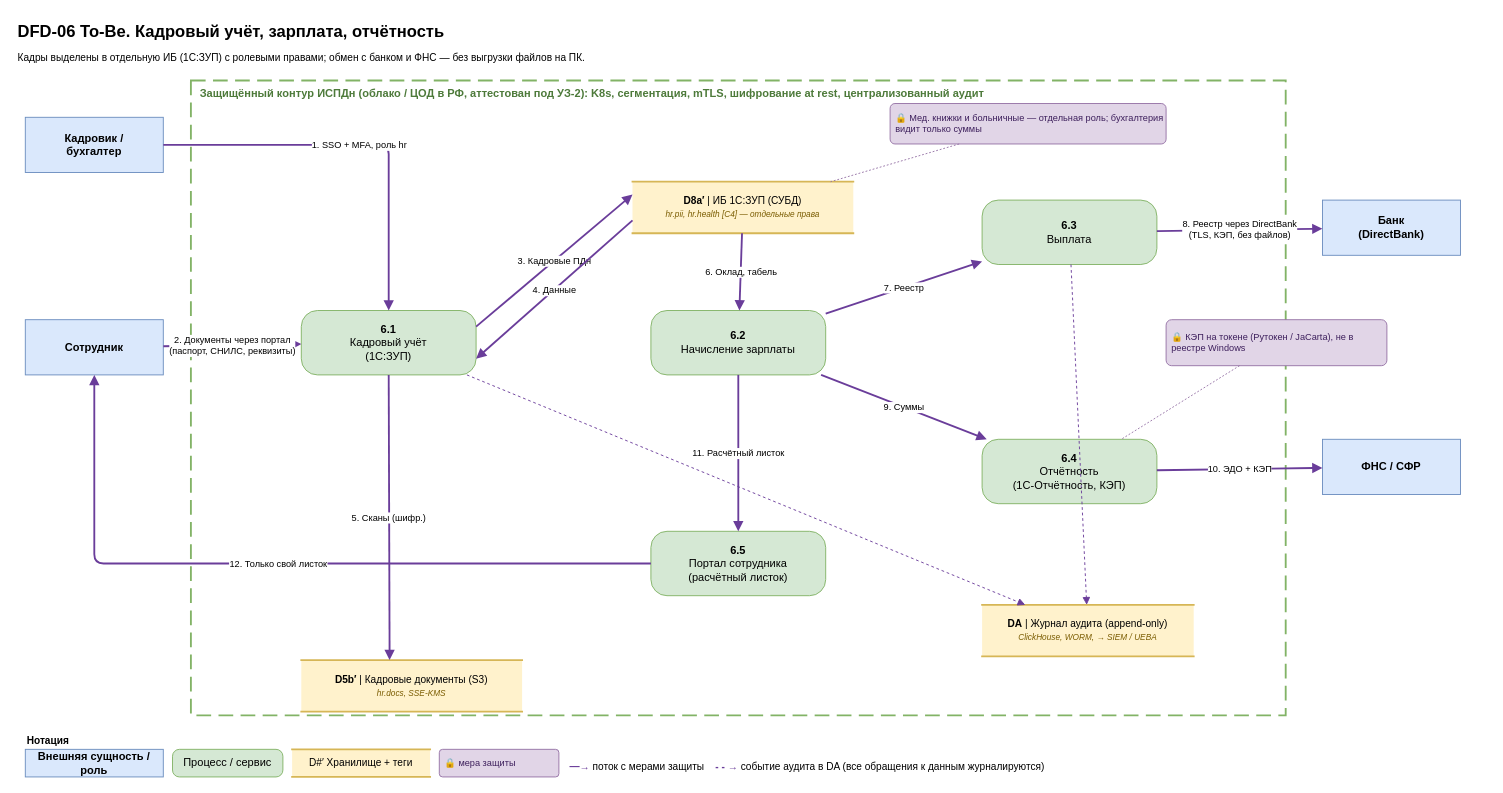
SiritosKon/architecture-medikamente keeps this draw.io diagram as Task1/dfd/DFD-06-accounting-hr.drawio. Above is the earlier version. Source tidied: cells renumbered, new cells numbered last; positions are measured from the earlier drawing's top-left corner, leaving out a move shared by most shapes. Both pictures are drawn from the tidied source at 92%, with x=0, y=0 at pixel (16, 16).
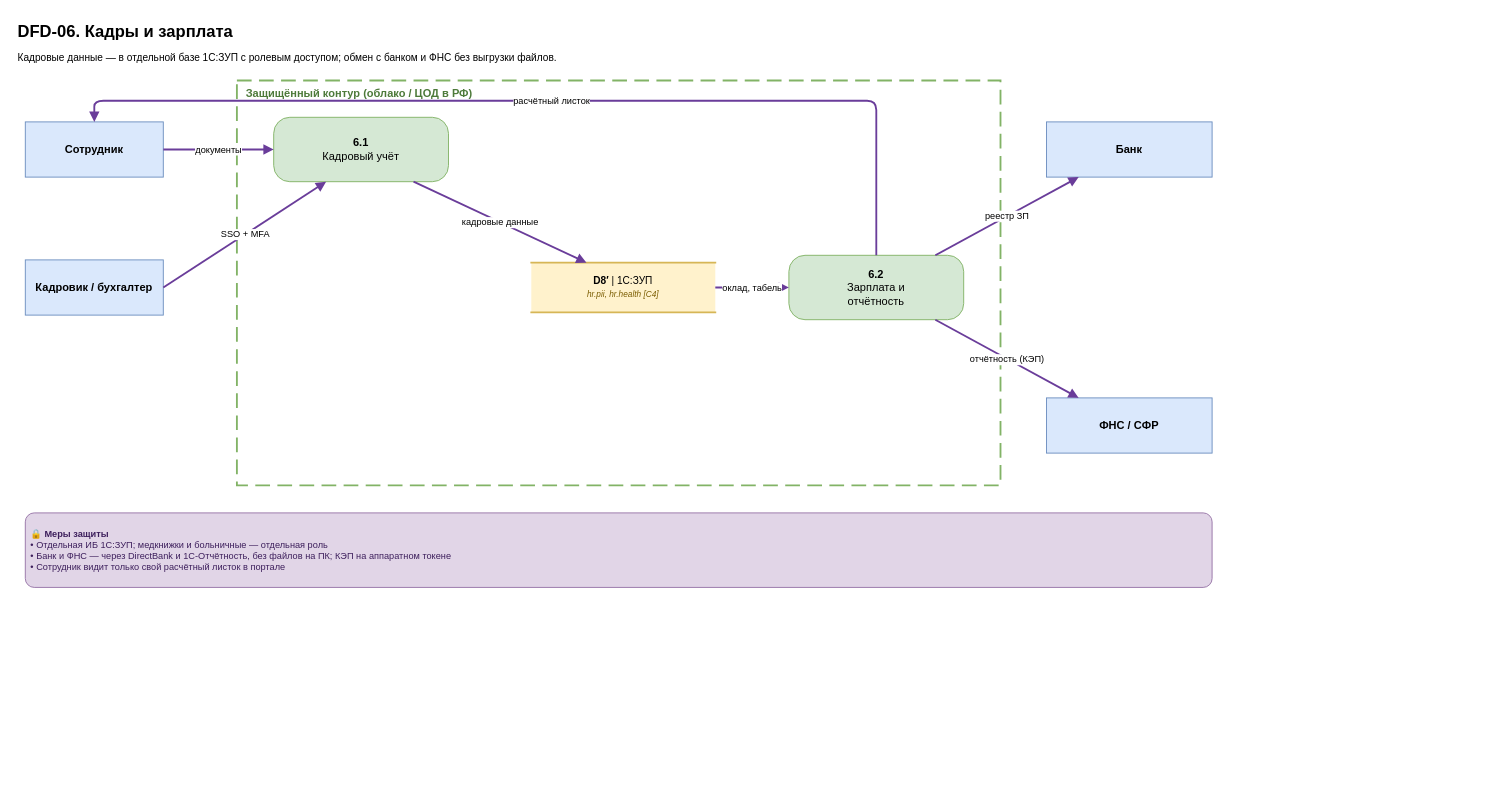
The same diagram, later.

Diff of the diagram source:
```diff
@@
-    <mxCell id="2" value="DFD-06 To-Be. Кадровый учёт, зарплата, отчётность" style="text;html=1;align=left;verticalAlign=top;fontSize=18;fontStyle=1;whiteSpace=wrap;" parent="1" vertex="1">
-      <mxGeometry width="1600" height="30" as="geometry" />
+    <mxCell id="2" value="DFD-06. Кадры и зарплата" style="text;html=1;align=left;verticalAlign=top;fontSize=18;fontStyle=1;whiteSpace=wrap;" parent="1" vertex="1">
+      <mxGeometry width="1320" height="30" as="geometry" />
     </mxCell>
-    <mxCell id="3" value="Кадры выделены в отдельную ИБ (1С:ЗУП) с ролевыми правами; обмен с банком и ФНС — без выгрузки файлов на ПК." style="text;html=1;align=left;verticalAlign=top;fontSize=11;whiteSpace=wrap;" parent="1" vertex="1">
-      <mxGeometry y="32" width="1600" height="30" as="geometry" />
+    <mxCell id="3" value="Кадровые данные — в отдельной базе 1С:ЗУП с ролевым доступом; обмен с банком и ФНС без выгрузки файлов." style="text;html=1;align=left;verticalAlign=top;fontSize=11;whiteSpace=wrap;" parent="1" vertex="1">
+      <mxGeometry y="32" width="1320" height="24" as="geometry" />
     </mxCell>
-    <mxCell id="4" value="Защищённый контур ИСПДн (облако / ЦОД в РФ, аттестован под УЗ-2): K8s, сегментация, mTLS, шифрование at rest, централизованный аудит" style="rounded=0;whiteSpace=wrap;html=1;dashed=1;dashPattern=8 4;fillColor=none;strokeColor=#82b366;strokeWidth=2;verticalAlign=top;align=left;spacingLeft=8;fontColor=#4d7a3a;fontStyle=1;fontSize=12;" parent="1" vertex="1">
-      <mxGeometry x="190" y="70" width="1190" height="690" as="geometry" />
+    <mxCell id="4" value="Защищённый контур (облако / ЦОД в РФ)" style="rounded=0;whiteSpace=wrap;html=1;dashed=1;dashPattern=8 4;fillColor=none;strokeColor=#82b366;strokeWidth=2;verticalAlign=top;align=left;spacingLeft=8;fontColor=#4d7a3a;fontStyle=1;fontSize=12;" parent="1" vertex="1">
+      <mxGeometry x="240" y="70" width="830" height="440" as="geometry" />
     </mxCell>
-    <mxCell id="5" value="&lt;b&gt;Нотация&lt;/b&gt;" style="text;html=1;align=left;verticalAlign=top;fontSize=11;whiteSpace=wrap;" parent="1" vertex="1">
-      <mxGeometry x="10" y="775" width="250" height="20" as="geometry" />
+    <mxCell id="5" value="Сотрудник" style="rounded=0;whiteSpace=wrap;html=1;fillColor=#dae8fc;strokeColor=#6c8ebf;fontStyle=1;fontSize=12;" parent="1" vertex="1">
+      <mxGeometry x="10" y="115" width="150" height="60" as="geometry" />
     </mxCell>
-    <mxCell id="6" value="Внешняя сущность / роль" style="rounded=0;whiteSpace=wrap;html=1;fillColor=#dae8fc;strokeColor=#6c8ebf;fontStyle=1;fontSize=12;" parent="1" vertex="1">
-      <mxGeometry x="10" y="797" width="150" height="30" as="geometry" />
+    <mxCell id="6" value="Кадровик / бухгалтер" style="rounded=0;whiteSpace=wrap;html=1;fillColor=#dae8fc;strokeColor=#6c8ebf;fontStyle=1;fontSize=12;" parent="1" vertex="1">
+      <mxGeometry x="10" y="265" width="150" height="60" as="geometry" />
     </mxCell>
-    <mxCell id="7" value="Процесс / сервис" style="rounded=1;arcSize=25;whiteSpace=wrap;html=1;fillColor=#d5e8d4;strokeColor=#82b366;fontSize=12;" parent="1" vertex="1">
-      <mxGeometry x="170" y="797" width="120" height="30" as="geometry" />
+    <mxCell id="7" value="Банк" style="rounded=0;whiteSpace=wrap;html=1;fillColor=#dae8fc;strokeColor=#6c8ebf;fontStyle=1;fontSize=12;" parent="1" vertex="1">
+      <mxGeometry x="1120" y="115" width="180" height="60" as="geometry" />
     </mxCell>
-    <mxCell id="8" value="D#′ Хранилище + теги" style="shape=partialRectangle;whiteSpace=wrap;html=1;left=0;right=0;fillColor=#fff2cc;strokeColor=#d6b656;strokeWidth=2;fontSize=11;" parent="1" vertex="1">
-      <mxGeometry x="300" y="797" width="150" height="30" as="geometry" />
+    <mxCell id="8" value="ФНС / СФР" style="rounded=0;whiteSpace=wrap;html=1;fillColor=#dae8fc;strokeColor=#6c8ebf;fontStyle=1;fontSize=12;" parent="1" vertex="1">
+      <mxGeometry x="1120" y="415" width="180" height="60" as="geometry" />
     </mxCell>
-    <mxCell id="9" value="🔒 мера защиты" style="rounded=1;whiteSpace=wrap;html=1;fillColor=#e1d5e7;strokeColor=#9673a6;fontColor=#3d1f5c;fontSize=10;align=left;spacingLeft=4;arcSize=12;" parent="1" vertex="1">
-      <mxGeometry x="460" y="797" width="130" height="30" as="geometry" />
+    <mxCell id="9" value="&lt;b&gt;6.1&lt;/b&gt;&lt;br&gt;Кадровый учёт" style="rounded=1;arcSize=25;whiteSpace=wrap;html=1;fillColor=#d5e8d4;strokeColor=#82b366;fontSize=12;" parent="1" vertex="1">
+      <mxGeometry x="280" y="110" width="190" height="70" as="geometry" />
     </mxCell>
-    <mxCell id="10" value="&lt;font color=&quot;#6a3d9a&quot;&gt;&lt;b&gt;—→&lt;/b&gt;&lt;/font&gt; поток с мерами защиты &amp;nbsp;&amp;nbsp; &lt;font color=&quot;#6a3d9a&quot;&gt;&lt;b&gt;- - →&lt;/b&gt;&lt;/font&gt; событие аудита в DA (все обращения к данным журналируются)" style="text;html=1;align=left;verticalAlign=top;fontSize=11;whiteSpace=wrap;" parent="1" vertex="1">
-      <mxGeometry x="600" y="803" width="600" height="20" as="geometry" />
+    <mxCell id="10" value="&lt;b&gt;6.2&lt;/b&gt;&lt;br&gt;Зарплата и&lt;br&gt;отчётность" style="rounded=1;arcSize=25;whiteSpace=wrap;html=1;fillColor=#d5e8d4;strokeColor=#82b366;fontSize=12;" parent="1" vertex="1">
+      <mxGeometry x="840" y="260" width="190" height="70" as="geometry" />
     </mxCell>
-    <mxCell id="11" value="Сотрудник" style="rounded=0;whiteSpace=wrap;html=1;fillColor=#dae8fc;strokeColor=#6c8ebf;fontStyle=1;fontSize=12;" parent="1" vertex="1">
-      <mxGeometry x="10" y="330" width="150" height="60" as="geometry" />
+    <mxCell id="11" value="&lt;b&gt;D8′&lt;/b&gt; | 1С:ЗУП&lt;br&gt;&lt;i&gt;&lt;font style=&quot;font-size:9px&quot; color=&quot;#7a5c00&quot;&gt;hr.pii, hr.health [C4]&lt;/font&gt;&lt;/i&gt;" style="shape=partialRectangle;whiteSpace=wrap;html=1;left=0;right=0;fillColor=#fff2cc;strokeColor=#d6b656;strokeWidth=2;fontSize=11;" parent="1" vertex="1">
+      <mxGeometry x="560" y="268" width="200" height="54" as="geometry" />
     </mxCell>
-    <mxCell id="12" value="Кадровик /&lt;br&gt;бухгалтер" style="rounded=0;whiteSpace=wrap;html=1;fillColor=#dae8fc;strokeColor=#6c8ebf;fontStyle=1;fontSize=12;" parent="1" vertex="1">
-      <mxGeometry x="10" y="110" width="150" height="60" as="geometry" />
+    <mxCell id="12" value="документы" style="html=1;endArrow=block;endFill=1;strokeColor=#6a3d9a;strokeWidth=2;fontSize=10;labelBackgroundColor=#ffffff;" parent="1" edge="1" source="5" target="9">
+      <mxGeometry relative="1" as="geometry" />
     </mxCell>
-    <mxCell id="13" value="Банк&lt;br&gt;(DirectBank)" style="rounded=0;whiteSpace=wrap;html=1;fillColor=#dae8fc;strokeColor=#6c8ebf;fontStyle=1;fontSize=12;" parent="1" vertex="1">
-      <mxGeometry x="1420" y="200" width="150" height="60" as="geometry" />
+    <mxCell id="13" value="SSO + MFA" style="html=1;endArrow=block;endFill=1;strokeColor=#6a3d9a;strokeWidth=2;fontSize=10;labelBackgroundColor=#ffffff;exitX=1;exitY=0.5;exitDx=0;exitDy=0;entryX=0.3;entryY=1;entryDx=0;entryDy=0;" parent="1" edge="1" source="6" target="9">
+      <mxGeometry relative="1" as="geometry" />
     </mxCell>
-    <mxCell id="14" value="ФНС / СФР" style="rounded=0;whiteSpace=wrap;html=1;fillColor=#dae8fc;strokeColor=#6c8ebf;fontStyle=1;fontSize=12;" parent="1" vertex="1">
-      <mxGeometry x="1420" y="460" width="150" height="60" as="geometry" />
+    <mxCell id="14" value="кадровые данные" style="html=1;endArrow=block;endFill=1;strokeColor=#6a3d9a;strokeWidth=2;fontSize=10;labelBackgroundColor=#ffffff;exitX=0.8;exitY=1;exitDx=0;exitDy=0;entryX=0.3;entryY=0;entryDx=0;entryDy=0;" parent="1" edge="1" source="9" target="11">
+      <mxGeometry relative="1" as="geometry" />
     </mxCell>
-    <mxCell id="15" value="&lt;b&gt;6.1&lt;/b&gt;&lt;br&gt;Кадровый учёт&lt;br&gt;(1С:ЗУП)" style="rounded=1;arcSize=25;whiteSpace=wrap;html=1;fillColor=#d5e8d4;strokeColor=#82b366;fontSize=12;" parent="1" vertex="1">
-      <mxGeometry x="310" y="320" width="190" height="70" as="geometry" />
+    <mxCell id="15" value="оклад, табель" style="html=1;endArrow=block;endFill=1;strokeColor=#6a3d9a;strokeWidth=2;fontSize=10;labelBackgroundColor=#ffffff;" parent="1" edge="1" source="11" target="10">
+      <mxGeometry relative="1" as="geometry" />
     </mxCell>
-    <mxCell id="16" value="&lt;b&gt;6.2&lt;/b&gt;&lt;br&gt;Начисление зарплаты" style="rounded=1;arcSize=25;whiteSpace=wrap;html=1;fillColor=#d5e8d4;strokeColor=#82b366;fontSize=12;" parent="1" vertex="1">
-      <mxGeometry x="690" y="320" width="190" height="70" as="geometry" />
+    <mxCell id="16" value="реестр ЗП" style="html=1;endArrow=block;endFill=1;strokeColor=#6a3d9a;strokeWidth=2;fontSize=10;labelBackgroundColor=#ffffff;" parent="1" edge="1" source="10" target="7">
+      <mxGeometry relative="1" as="geometry" />
     </mxCell>
-    <mxCell id="17" value="&lt;b&gt;6.3&lt;/b&gt;&lt;br&gt;Выплата" style="rounded=1;arcSize=25;whiteSpace=wrap;html=1;fillColor=#d5e8d4;strokeColor=#82b366;fontSize=12;" parent="1" vertex="1">
-      <mxGeometry x="1050" y="200" width="190" height="70" as="geometry" />
+    <mxCell id="17" value="отчётность (КЭП)" style="html=1;endArrow=block;endFill=1;strokeColor=#6a3d9a;strokeWidth=2;fontSize=10;labelBackgroundColor=#ffffff;" parent="1" edge="1" source="10" target="8">
+      <mxGeometry relative="1" as="geometry" />
     </mxCell>
-    <mxCell id="18" value="&lt;b&gt;6.4&lt;/b&gt;&lt;br&gt;Отчётность&lt;br&gt;(1С-Отчётность, КЭП)" style="rounded=1;arcSize=25;whiteSpace=wrap;html=1;fillColor=#d5e8d4;strokeColor=#82b366;fontSize=12;" parent="1" vertex="1">
-      <mxGeometry x="1050" y="460" width="190" height="70" as="geometry" />
+    <mxCell id="18" value="расчётный листок" style="html=1;endArrow=block;endFill=1;strokeColor=#6a3d9a;strokeWidth=2;fontSize=10;labelBackgroundColor=#ffffff;exitX=0.5;exitY=0;exitDx=0;exitDy=0;entryX=0.5;entryY=0;entryDx=0;entryDy=0;" parent="1" edge="1" source="10" target="5">
+      <mxGeometry relative="1" as="geometry">
+        <Array as="points">
+          <mxPoint x="935" y="92" />
+          <mxPoint x="85" y="92" />
+        </Array>
+      </mxGeometry>
     </mxCell>
-    <mxCell id="19" value="&lt;b&gt;6.5&lt;/b&gt;&lt;br&gt;Портал сотрудника&lt;br&gt;(расчётный листок)" style="rounded=1;arcSize=25;whiteSpace=wrap;html=1;fillColor=#d5e8d4;strokeColor=#82b366;fontSize=12;" parent="1" vertex="1">
-      <mxGeometry x="690" y="560" width="190" height="70" as="geometry" />
+    <mxCell id="19" value="&lt;b&gt;🔒 Меры защиты&lt;/b&gt;&lt;br&gt;• Отдельная ИБ 1С:ЗУП; медкнижки и больничные — отдельная роль&lt;br&gt;• Банк и ФНС — через DirectBank и 1С-Отчётность, без файлов на ПК; КЭП на аппаратном токене&lt;br&gt;• Сотрудник видит только свой расчётный листок в портале" style="rounded=1;whiteSpace=wrap;html=1;fillColor=#e1d5e7;strokeColor=#9673a6;fontColor=#3d1f5c;fontSize=10;align=left;spacingLeft=4;arcSize=12;" parent="1" vertex="1">
+      <mxGeometry x="10" y="540" width="1290" height="81" as="geometry" />
     </mxCell>
-    <mxCell id="20" value="&lt;b&gt;D8a′&lt;/b&gt; | ИБ 1С:ЗУП (СУБД)&lt;br&gt;&lt;i&gt;&lt;font style=&quot;font-size:9px&quot; color=&quot;#7a5c00&quot;&gt;hr.pii, hr.health [C4] — отдельные права&lt;/font&gt;&lt;/i&gt;" style="shape=partialRectangle;whiteSpace=wrap;html=1;left=0;right=0;fillColor=#fff2cc;strokeColor=#d6b656;strokeWidth=2;fontSize=11;" parent="1" vertex="1">
-      <mxGeometry x="670" y="180" width="240" height="56" as="geometry" />
-    </mxCell>
-    <mxCell id="21" value="&lt;b&gt;D5b′&lt;/b&gt; | Кадровые документы (S3)&lt;br&gt;&lt;i&gt;&lt;font style=&quot;font-size:9px&quot; color=&quot;#7a5c00&quot;&gt;hr.docs, SSE-KMS&lt;/font&gt;&lt;/i&gt;" style="shape=partialRectangle;whiteSpace=wrap;html=1;left=0;right=0;fillColor=#fff2cc;strokeColor=#d6b656;strokeWidth=2;fontSize=11;" parent="1" vertex="1">
-      <mxGeometry x="310" y="700" width="240" height="56" as="geometry" />
-    </mxCell>
-    <mxCell id="22" value="1. SSO + MFA, роль hr" style="html=1;endArrow=block;endFill=1;strokeColor=#6a3d9a;strokeWidth=2;fontSize=10;labelBackgroundColor=#ffffff;exitX=1;exitY=0.5;exitDx=0;exitDy=0;entryX=0.5;entryY=0;entryDx=0;entryDy=0;" parent="1" edge="1" source="12" target="15">
-      <mxGeometry relative="1" as="geometry">
-        <Array as="points">
-          <mxPoint x="405" y="140" />
-        </Array>
-      </mxGeometry>
-    </mxCell>
-    <mxCell id="23" value="2. Документы через портал&lt;br&gt;(паспорт, СНИЛС, реквизиты)" style="html=1;endArrow=block;endFill=1;strokeColor=#6a3d9a;strokeWidth=2;fontSize=10;labelBackgroundColor=#ffffff;" parent="1" edge="1" source="11" target="15">
-      <mxGeometry relative="1" as="geometry" />
-    </mxCell>
-    <mxCell id="24" value="3. Кадровые ПДн" style="html=1;endArrow=block;endFill=1;strokeColor=#6a3d9a;strokeWidth=2;fontSize=10;labelBackgroundColor=#ffffff;exitX=1;exitY=0.24999999999999997;exitDx=0;exitDy=0;entryX=0;entryY=0.24999999999999997;entryDx=0;entryDy=0;" parent="1" edge="1" source="15" target="20">
-      <mxGeometry relative="1" as="geometry" />
-    </mxCell>
-    <mxCell id="25" value="4. Данные" style="html=1;endArrow=block;endFill=1;strokeColor=#6a3d9a;strokeWidth=2;fontSize=10;labelBackgroundColor=#ffffff;exitX=0;exitY=0.75;exitDx=0;exitDy=0;entryX=1;entryY=0.75;entryDx=0;entryDy=0;" parent="1" edge="1" source="20" target="15">
-      <mxGeometry relative="1" as="geometry" />
-    </mxCell>
-    <mxCell id="26" value="5. Сканы (шифр.)" style="html=1;endArrow=block;endFill=1;strokeColor=#6a3d9a;strokeWidth=2;fontSize=10;labelBackgroundColor=#ffffff;exitX=0.5;exitY=1;exitDx=0;exitDy=0;entryX=0.4;entryY=0;entryDx=0;entryDy=0;" parent="1" edge="1" source="15" target="21">
-      <mxGeometry relative="1" as="geometry" />
-    </mxCell>
-    <mxCell id="27" value="6. Оклад, табель" style="html=1;endArrow=block;endFill=1;strokeColor=#6a3d9a;strokeWidth=2;fontSize=10;labelBackgroundColor=#ffffff;" parent="1" edge="1" source="20" target="16">
-      <mxGeometry relative="1" as="geometry" />
-    </mxCell>
-    <mxCell id="28" value="7. Реестр" style="html=1;endArrow=block;endFill=1;strokeColor=#6a3d9a;strokeWidth=2;fontSize=10;labelBackgroundColor=#ffffff;" parent="1" edge="1" source="16" target="17">
-      <mxGeometry relative="1" as="geometry" />
-    </mxCell>
-    <mxCell id="29" value="8. Реестр через DirectBank&lt;br&gt;(TLS, КЭП, без файлов)" style="html=1;endArrow=block;endFill=1;strokeColor=#6a3d9a;strokeWidth=2;fontSize=10;labelBackgroundColor=#ffffff;" parent="1" edge="1" source="17" target="13">
-      <mxGeometry relative="1" as="geometry" />
-    </mxCell>
-    <mxCell id="30" value="9. Суммы" style="html=1;endArrow=block;endFill=1;strokeColor=#6a3d9a;strokeWidth=2;fontSize=10;labelBackgroundColor=#ffffff;" parent="1" edge="1" source="16" target="18">
-      <mxGeometry relative="1" as="geometry" />
-    </mxCell>
-    <mxCell id="31" value="10. ЭДО + КЭП" style="html=1;endArrow=block;endFill=1;strokeColor=#6a3d9a;strokeWidth=2;fontSize=10;labelBackgroundColor=#ffffff;" parent="1" edge="1" source="18" target="14">
-      <mxGeometry relative="1" as="geometry" />
-    </mxCell>
-    <mxCell id="32" value="11. Расчётный листок" style="html=1;endArrow=block;endFill=1;strokeColor=#6a3d9a;strokeWidth=2;fontSize=10;labelBackgroundColor=#ffffff;" parent="1" edge="1" source="16" target="19">
-      <mxGeometry relative="1" as="geometry" />
-    </mxCell>
-    <mxCell id="33" value="12. Только свой листок" style="html=1;endArrow=block;endFill=1;strokeColor=#6a3d9a;strokeWidth=2;fontSize=10;labelBackgroundColor=#ffffff;exitX=0;exitY=0.5;exitDx=0;exitDy=0;entryX=0.5;entryY=1;entryDx=0;entryDy=0;" parent="1" edge="1" source="19" target="11">
-      <mxGeometry relative="1" as="geometry">
-        <Array as="points">
-          <mxPoint x="85" y="595" />
-        </Array>
-      </mxGeometry>
-    </mxCell>
-    <mxCell id="34" value="&lt;b&gt;DA&lt;/b&gt; | Журнал аудита (append-only)&lt;br&gt;&lt;i&gt;&lt;font style=&quot;font-size:9px&quot; color=&quot;#7a5c00&quot;&gt;ClickHouse, WORM, → SIEM / UEBA&lt;/font&gt;&lt;/i&gt;" style="shape=partialRectangle;whiteSpace=wrap;html=1;left=0;right=0;fillColor=#fff2cc;strokeColor=#d6b656;strokeWidth=2;fontSize=11;" parent="1" vertex="1">
-      <mxGeometry x="1050" y="640" width="230" height="56" as="geometry" />
-    </mxCell>
-    <mxCell id="35" style="html=1;endArrow=block;endFill=1;strokeColor=#6a3d9a;dashed=1;fontSize=10;fontColor=#4b2a70;labelBackgroundColor=#ffffff;" parent="1" edge="1" source="15" target="34">
-      <mxGeometry relative="1" as="geometry" />
-    </mxCell>
-    <mxCell id="36" style="html=1;endArrow=block;endFill=1;strokeColor=#6a3d9a;dashed=1;fontSize=10;fontColor=#4b2a70;labelBackgroundColor=#ffffff;" parent="1" edge="1" source="17" target="34">
-      <mxGeometry relative="1" as="geometry" />
-    </mxCell>
-    <mxCell id="37" value="🔒 Мед. книжки и больничные — отдельная роль; бухгалтерия видит только суммы" style="rounded=1;whiteSpace=wrap;html=1;fillColor=#e1d5e7;strokeColor=#9673a6;fontColor=#3d1f5c;fontSize=10;align=left;spacingLeft=4;arcSize=12;" parent="1" vertex="1">
-      <mxGeometry x="950" y="95" width="300" height="44" as="geometry" />
-    </mxCell>
-    <mxCell id="38" style="html=1;endArrow=none;strokeColor=#9673a6;dashed=1;dashPattern=2 2;" parent="1" edge="1" source="37" target="20">
-      <mxGeometry relative="1" as="geometry" />
-    </mxCell>
-    <mxCell id="39" value="🔒 КЭП на токене (Рутокен / JaCarta), не в реестре Windows" style="rounded=1;whiteSpace=wrap;html=1;fillColor=#e1d5e7;strokeColor=#9673a6;fontColor=#3d1f5c;fontSize=10;align=left;spacingLeft=4;arcSize=12;" parent="1" vertex="1">
-      <mxGeometry x="1250" y="330" width="240" height="50" as="geometry" />
-    </mxCell>
-    <mxCell id="40" style="html=1;endArrow=none;strokeColor=#9673a6;dashed=1;dashPattern=2 2;" parent="1" edge="1" source="39" target="18">
-      <mxGeometry relative="1" as="geometry" />
-    </mxCell>
```
